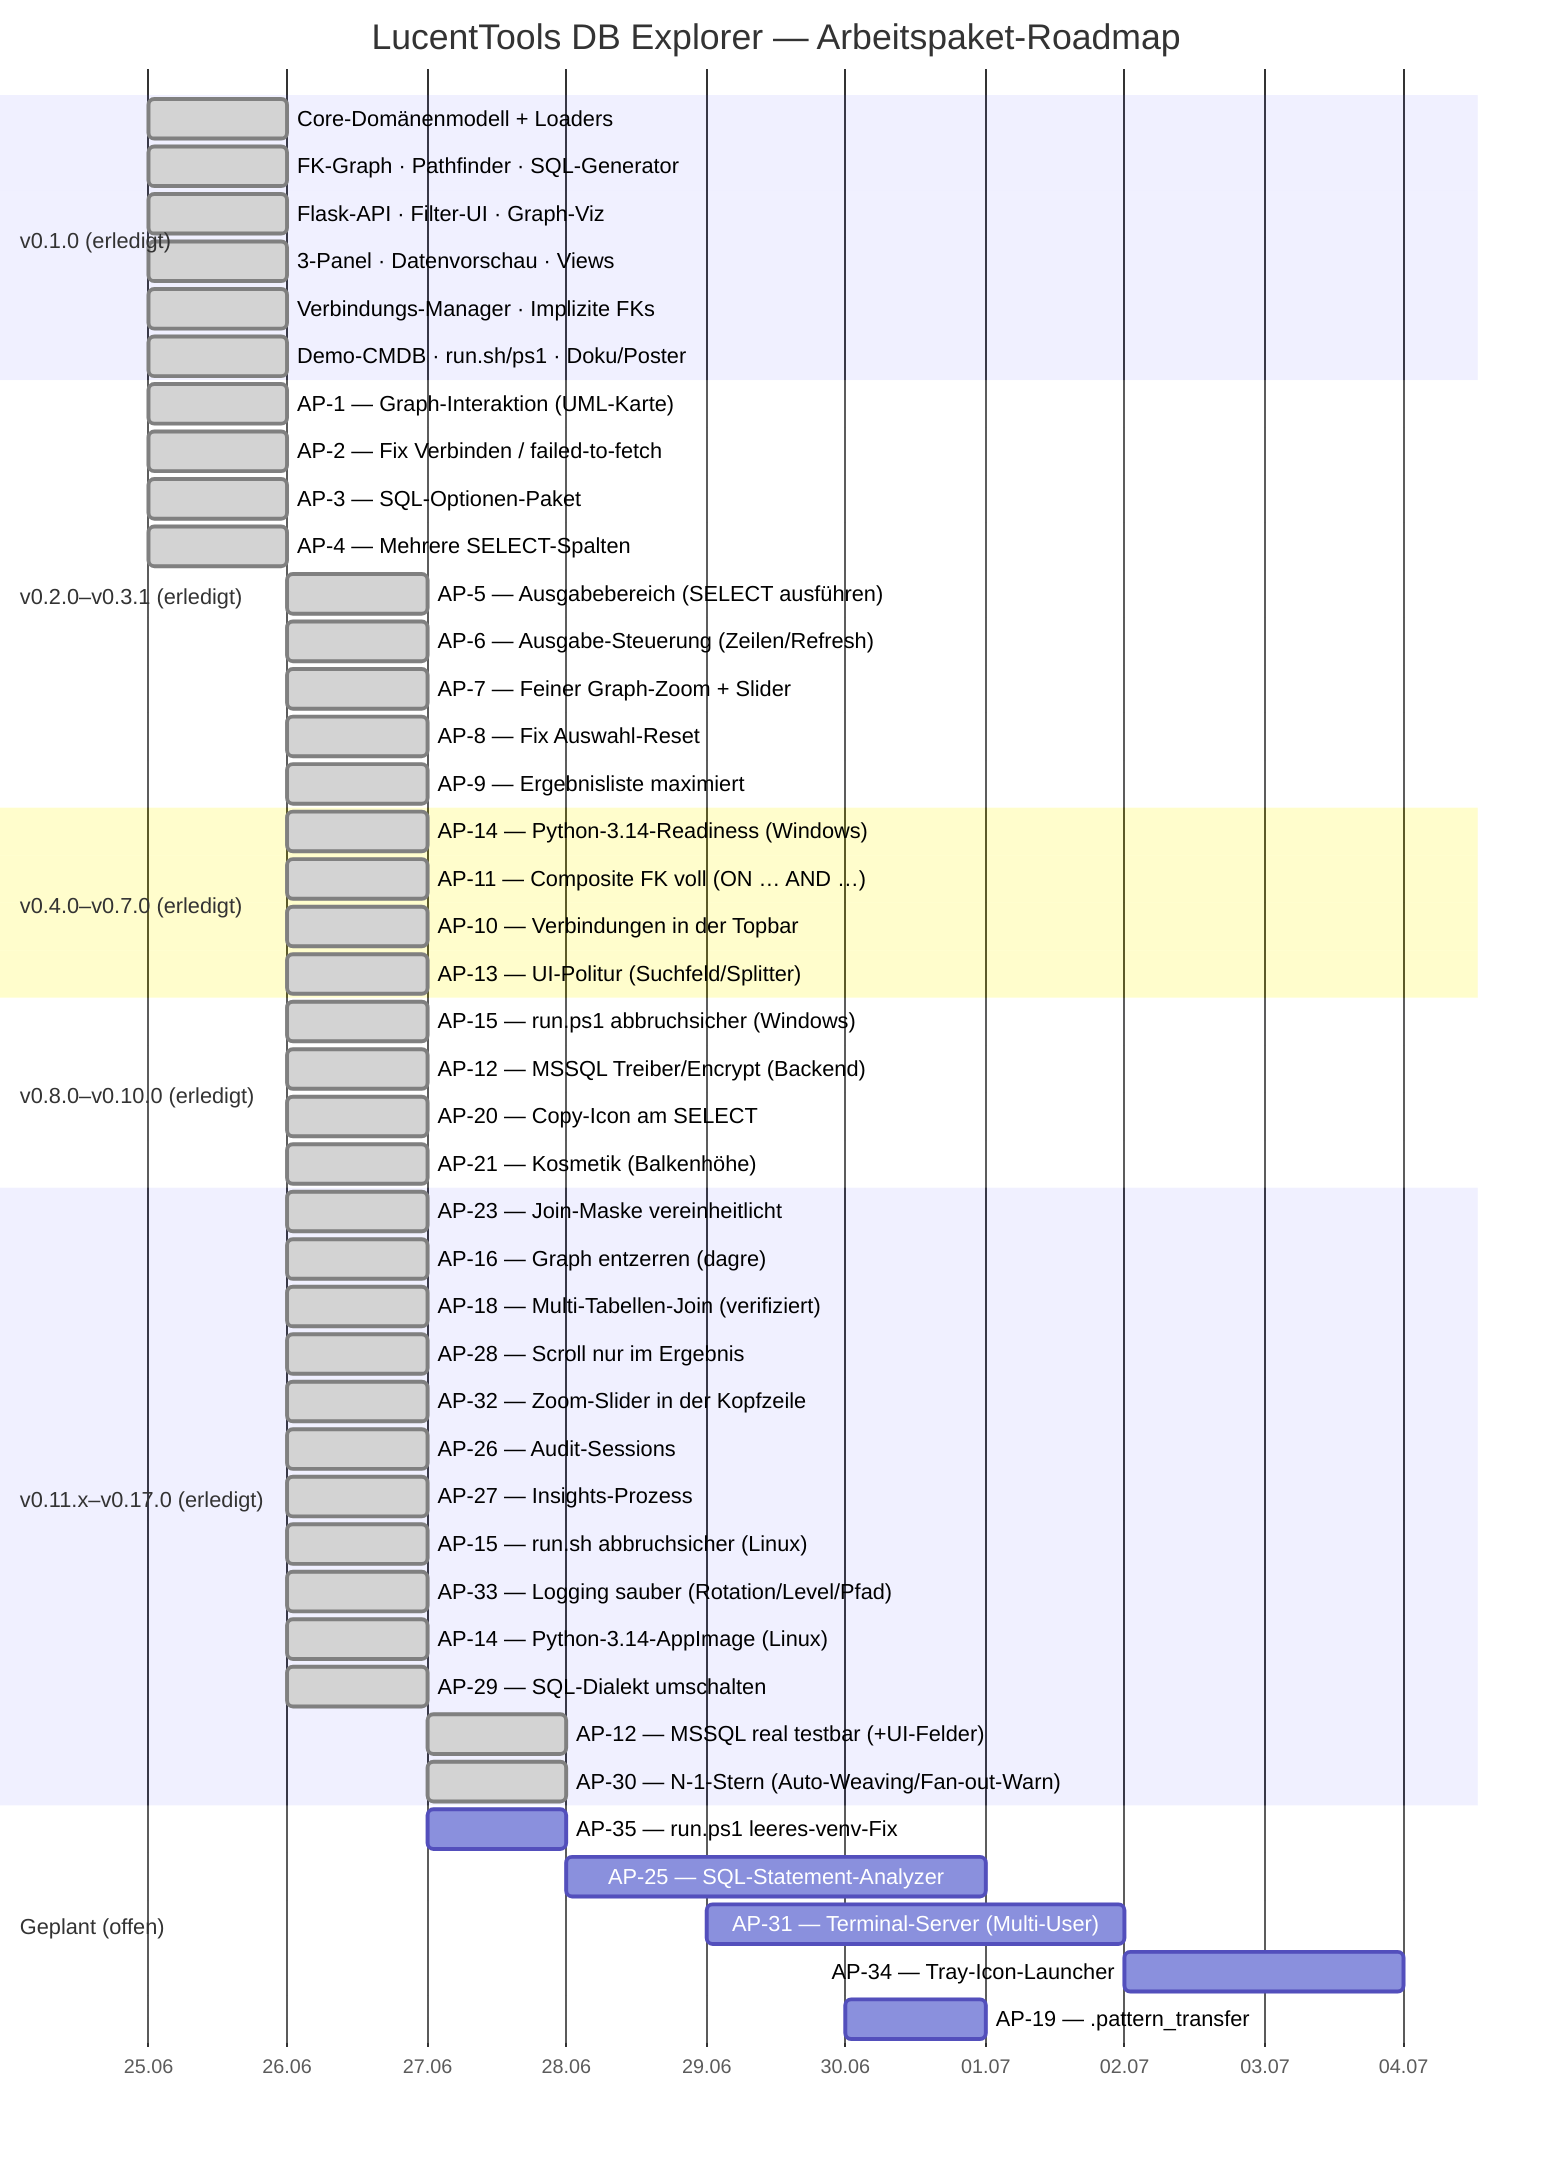
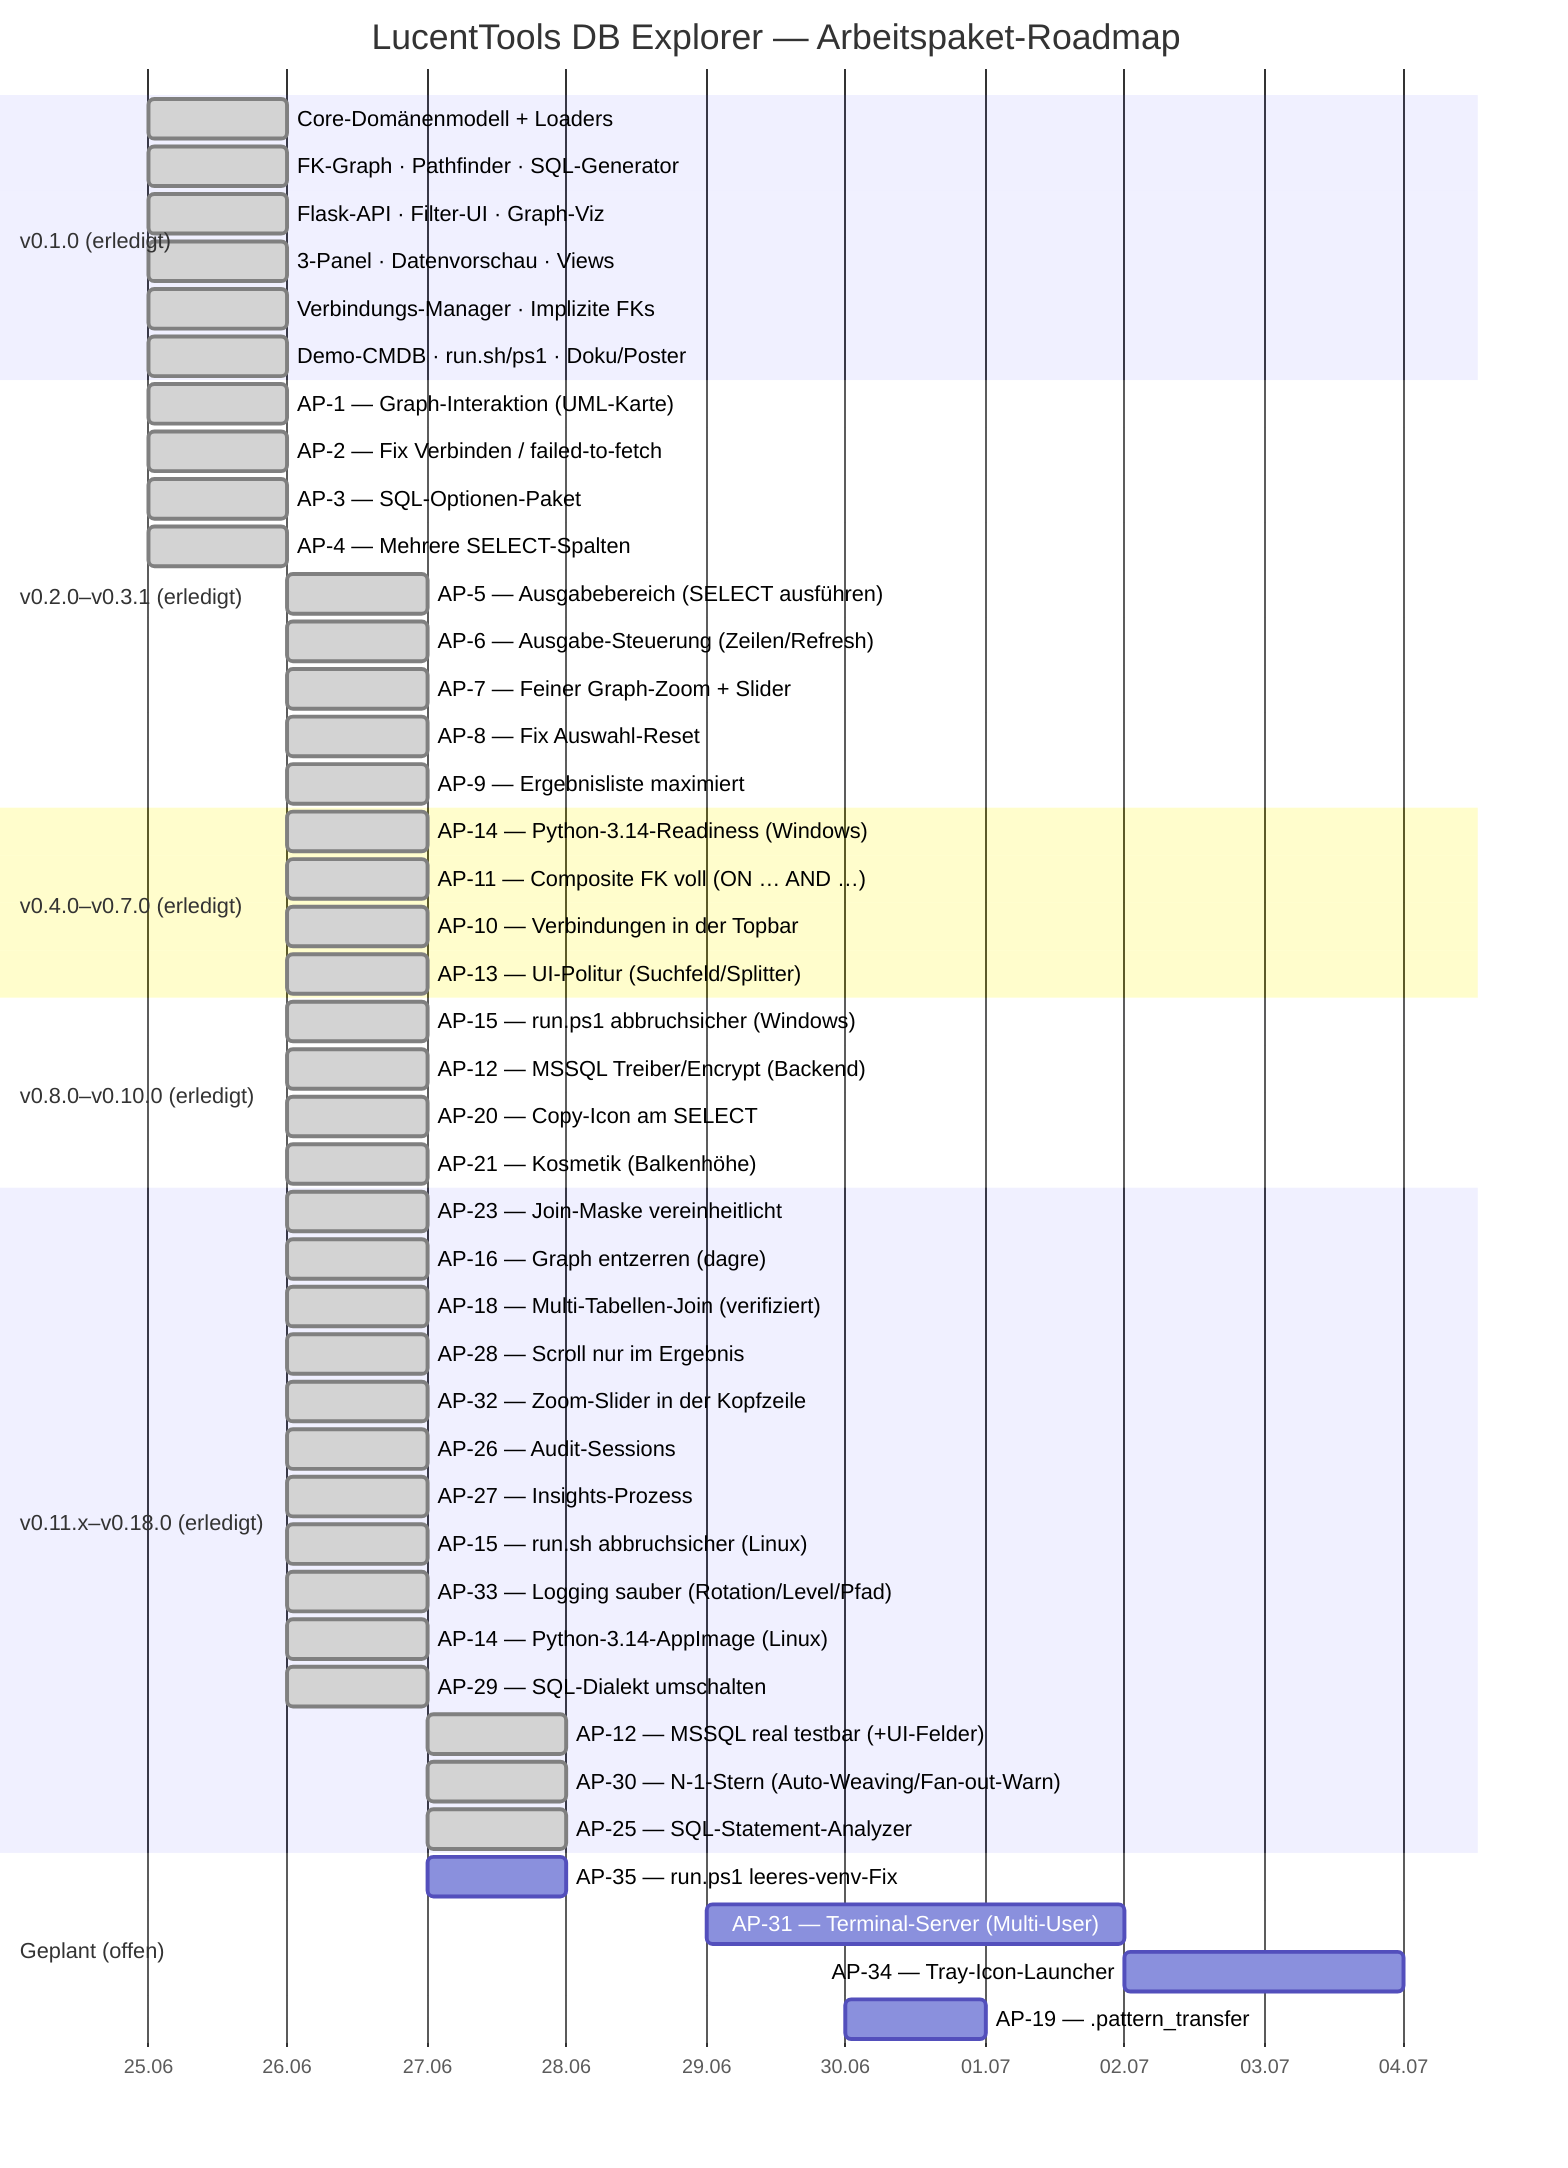
gantt
    title LucentTools DB Explorer — Arbeitspaket-Roadmap
    dateFormat  YYYY-MM-DD
    axisFormat  %d.%m

    section v0.1.0 (erledigt)
    Core-Domänenmodell + Loaders          :done, d1, 2026-06-25, 1d
    FK-Graph · Pathfinder · SQL-Generator :done, d2, 2026-06-25, 1d
    Flask-API · Filter-UI · Graph-Viz     :done, d3, 2026-06-25, 1d
    3-Panel · Datenvorschau · Views       :done, d4, 2026-06-25, 1d
    Verbindungs-Manager · Implizite FKs   :done, d5, 2026-06-25, 1d
    Demo-CMDB · run.sh/ps1 · Doku/Poster  :done, d6, 2026-06-25, 1d

    section v0.2.0–v0.3.1 (erledigt)
    AP-1 — Graph-Interaktion (UML-Karte)        :done, a1, 2026-06-25, 1d
    AP-2 — Fix Verbinden / failed-to-fetch      :done, a2, 2026-06-25, 1d
    AP-3 — SQL-Optionen-Paket                   :done, a3, 2026-06-25, 1d
    AP-4 — Mehrere SELECT-Spalten               :done, a4, 2026-06-25, 1d
    AP-5 — Ausgabebereich (SELECT ausführen)    :done, a5, 2026-06-26, 1d
    AP-6 — Ausgabe-Steuerung (Zeilen/Refresh)   :done, a6, 2026-06-26, 1d
    AP-7 — Feiner Graph-Zoom + Slider           :done, a7, 2026-06-26, 1d
    AP-8 — Fix Auswahl-Reset                    :done, a8, 2026-06-26, 1d
    AP-9 — Ergebnisliste maximiert              :done, a9, 2026-06-26, 1d

    section v0.4.0–v0.7.0 (erledigt)
    AP-14 — Python-3.14-Readiness (Windows)     :done, b1, 2026-06-26, 1d
    AP-11 — Composite FK voll (ON … AND …)      :done, b2, 2026-06-26, 1d
    AP-10 — Verbindungen in der Topbar          :done, b3, 2026-06-26, 1d
    AP-13 — UI-Politur (Suchfeld/Splitter)      :done, b4, 2026-06-26, 1d

    section v0.8.0–v0.10.0 (erledigt)
    AP-15 — run.ps1 abbruchsicher (Windows)     :done, c1, 2026-06-26, 1d
    AP-12 — MSSQL Treiber/Encrypt (Backend)     :done, c2, 2026-06-26, 1d
    AP-20 — Copy-Icon am SELECT                 :done, c3, 2026-06-26, 1d
    AP-21 — Kosmetik (Balkenhöhe)               :done, c4, 2026-06-26, 1d

-     section v0.11.x–v0.17.0 (erledigt)
+     section v0.11.x–v0.18.0 (erledigt)
    AP-23 — Join-Maske vereinheitlicht          :done, e1, 2026-06-26, 1d
    AP-16 — Graph entzerren (dagre)             :done, e2, 2026-06-26, 1d
    AP-18 — Multi-Tabellen-Join (verifiziert)   :done, e3, 2026-06-26, 1d
    AP-28 — Scroll nur im Ergebnis              :done, e4, 2026-06-26, 1d
    AP-32 — Zoom-Slider in der Kopfzeile        :done, e5, 2026-06-26, 1d
    AP-26 — Audit-Sessions                      :done, e6, 2026-06-26, 1d
    AP-27 — Insights-Prozess                    :done, e7, 2026-06-26, 1d
    AP-15 — run.sh abbruchsicher (Linux)        :done, e8, 2026-06-26, 1d
    AP-33 — Logging sauber (Rotation/Level/Pfad) :done, e9, 2026-06-26, 1d
    AP-14 — Python-3.14-AppImage (Linux)         :done, e10, 2026-06-26, 1d
    AP-29 — SQL-Dialekt umschalten               :done, e11, 2026-06-26, 1d
    AP-12 — MSSQL real testbar (+UI-Felder)      :done, e12, 2026-06-27, 1d
    AP-30 — N-1-Stern (Auto-Weaving/Fan-out-Warn) :done, e13, 2026-06-27, 1d
+     AP-25 — SQL-Statement-Analyzer               :done, e14, 2026-06-27, 1d

    section Geplant (offen)
    AP-35 — run.ps1 leeres-venv-Fix             :p3, 2026-06-27, 1d
-     AP-25 — SQL-Statement-Analyzer              :p5, 2026-06-28, 3d
    AP-31 — Terminal-Server (Multi-User)        :p7, 2026-06-29, 3d
    AP-34 — Tray-Icon-Launcher                  :p9, after p7, 2d
    AP-19 — .pattern_transfer                   :p11, 2026-06-30, 1d
